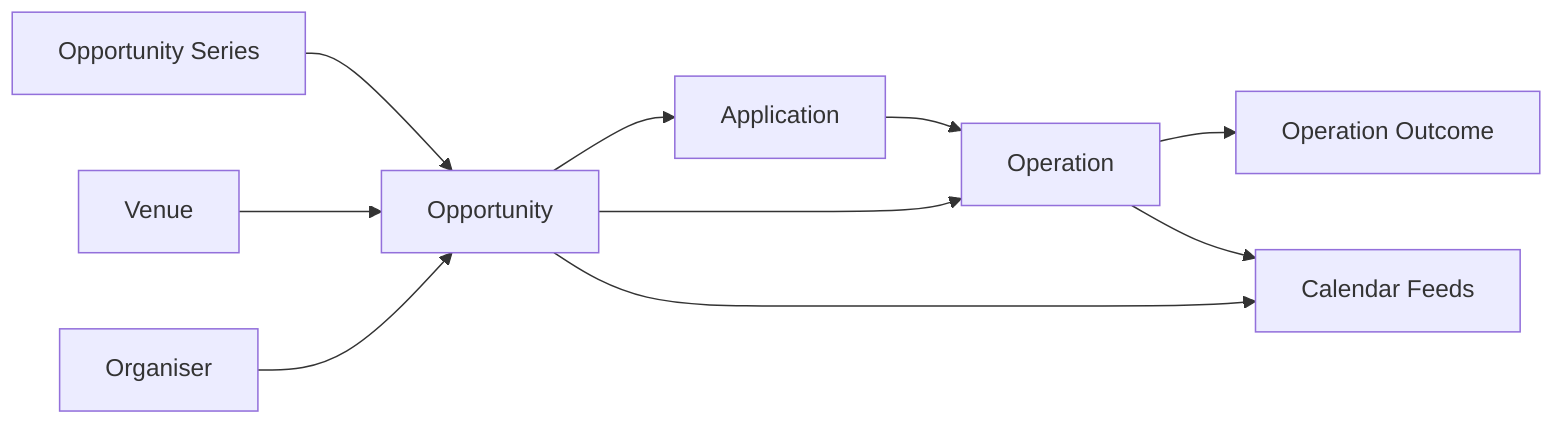
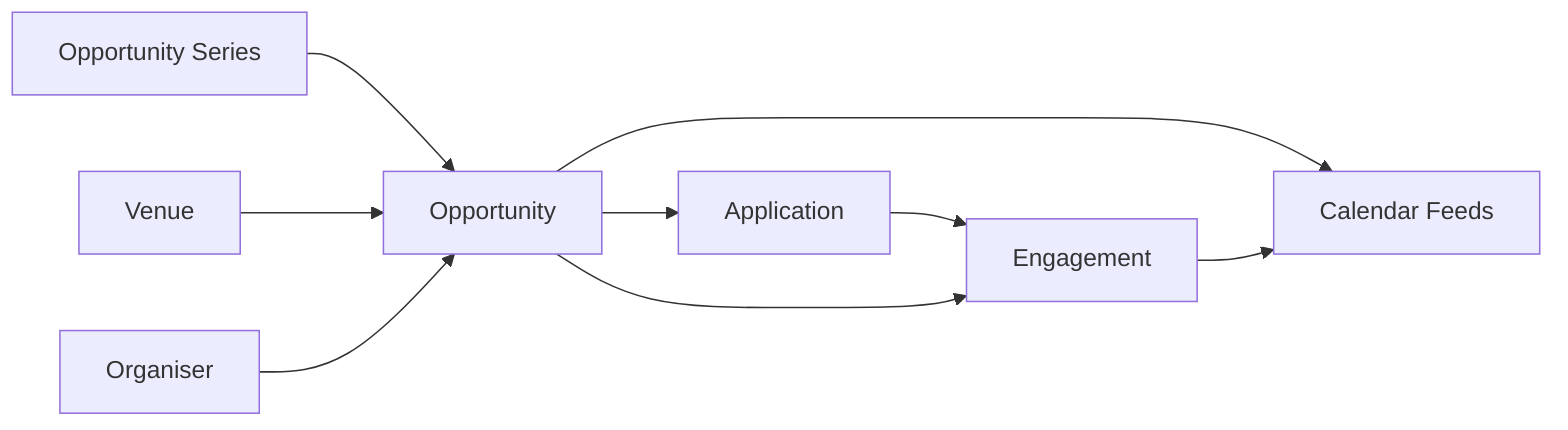
flowchart LR
    Series[Opportunity Series] --> Opp[Opportunity]
    Venue[Venue] --> Opp
    Organiser[Organiser] --> Opp
    Opp --> App[Application]
-     App --> Op[Operation]
-     Opp --> Op
-     Op --> Outcome[Operation Outcome]
+     App --> Eng[Engagement]
+     Opp --> Eng
    Opp --> Feeds[Calendar Feeds]
-     Op --> Feeds
+     Eng --> Feeds
